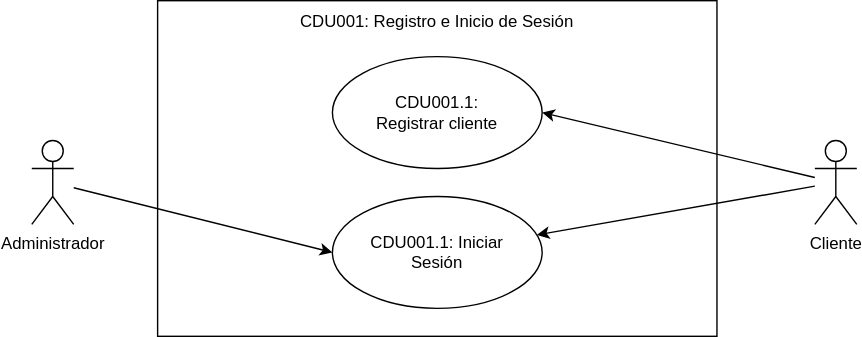
matiuuh/SA_PRACTICA_G10 keeps this draw.io diagram as Practica1/Doc/CasosDeUso/img/Practica1-CDU001.drawio.svg. Above is the earlier version. Source tidied: cells renumbered, new cells last; positions are measured from the earlier drawing's top-left corner, leaving out a move shared by most shapes.
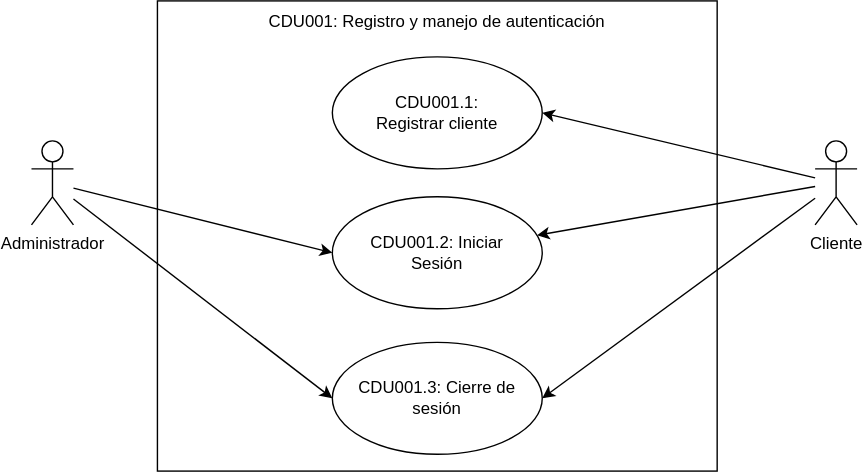
Later version of the same file.

What changed in the source:
```diff
@@ -6,7 +6,7 @@
       <mxGeometry y="100" width="30" height="60" as="geometry" />
     </mxCell>
     <mxCell id="3" style="rounded=0;whiteSpace=wrap;html=1;" parent="1" vertex="1">
-      <mxGeometry x="90" width="400" height="240" as="geometry" />
+      <mxGeometry x="90" width="400" height="336" as="geometry" />
     </mxCell>
     <mxCell id="4" style="rounded=0;jettySize=auto;html=1;" parent="1" edge="1" source="6" target="9">
       <mxGeometry relative="1" as="geometry" />
@@ -14,13 +14,16 @@
     <mxCell id="5" style="rounded=0;jettySize=auto;html=1;entryX=1;entryY=0.5;entryDx=0;entryDy=0;" parent="1" edge="1" source="6" target="7">
       <mxGeometry relative="1" as="geometry" />
     </mxCell>
+    <mxCell id="13" style="rounded=0;jettySize=auto;html=1;entryX=1;entryY=0.5;entryDx=0;entryDy=0;" parent="1" edge="1" source="6" target="14">
+      <mxGeometry relative="1" as="geometry" />
+    </mxCell>
     <mxCell id="6" value="Cliente" style="shape=umlActor;verticalLabelPosition=bottom;verticalAlign=top;html=1;outlineConnect=0;" parent="1" vertex="1">
       <mxGeometry x="560" y="100" width="30" height="60" as="geometry" />
     </mxCell>
     <mxCell id="7" style="ellipse;whiteSpace=wrap;html=1;" parent="1" vertex="1">
       <mxGeometry x="215" y="40" width="150" height="80" as="geometry" />
     </mxCell>
-    <mxCell id="8" value="CDU001: Registro e Inicio de Sesión" style="text;html=1;whiteSpace=wrap;strokeColor=none;fillColor=none;align=center;verticalAlign=middle;rounded=0;" parent="1" vertex="1">
+    <mxCell id="8" value="CDU001: Registro y manejo de autenticación" style="text;html=1;whiteSpace=wrap;strokeColor=none;fillColor=none;align=center;verticalAlign=middle;rounded=0;" parent="1" vertex="1">
       <mxGeometry x="90" width="400" height="30" as="geometry" />
     </mxCell>
     <mxCell id="9" style="ellipse;whiteSpace=wrap;html=1;" parent="1" vertex="1">
@@ -32,8 +35,14 @@
     <mxCell id="11" value="CDU001.1: Registrar cliente" style="text;html=1;whiteSpace=wrap;strokeColor=none;fillColor=none;align=center;verticalAlign=middle;rounded=0;" parent="1" vertex="1">
       <mxGeometry x="240" y="65" width="100" height="30" as="geometry" />
     </mxCell>
-    <mxCell id="12" value="CDU001.1: Iniciar Sesión" style="text;html=1;whiteSpace=wrap;strokeColor=none;fillColor=none;align=center;verticalAlign=middle;rounded=0;" parent="1" vertex="1">
+    <mxCell id="12" value="CDU001.2: Iniciar Sesión" style="text;html=1;whiteSpace=wrap;strokeColor=none;fillColor=none;align=center;verticalAlign=middle;rounded=0;" parent="1" vertex="1">
       <mxGeometry x="240" y="165" width="100" height="30" as="geometry" />
     </mxCell>
+    <mxCell id="14" value="CDU001.3: Cierre de sesión" style="ellipse;whiteSpace=wrap;html=1;" parent="1" vertex="1">
+      <mxGeometry x="215" y="244" width="150" height="80" as="geometry" />
+    </mxCell>
+    <mxCell id="15" style="rounded=0;jettySize=auto;html=1;entryX=0;entryY=0.5;entryDx=0;entryDy=0;" parent="1" edge="1" source="2" target="14">
+      <mxGeometry relative="1" as="geometry" />
+    </mxCell>
   </root>
 </mxGraphModel>
```
